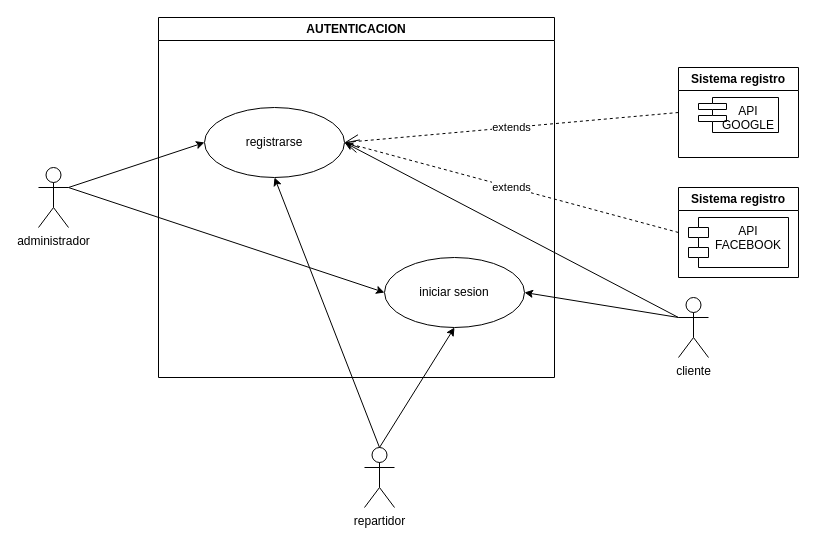
Earlier version of the draw.io diagram page "AUTENTICACION" (2 of 20) of trimestreII/CASOS DE USO/optica balamb.drawio (LENICITA/OPTICA-BALAMB). Source tidied: cells renumbered, new cells numbered last; positions are measured from the earlier drawing's top-left corner, leaving out a move shared by most shapes. Both pictures are drawn from the tidied source at 100%, with x=0, y=0 at pixel (38, 17).
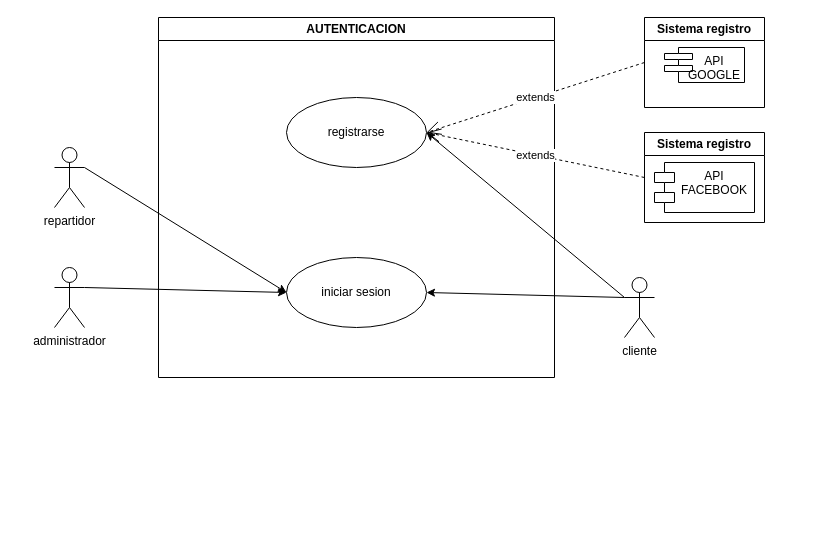
The same diagram, later.

Diff of the diagram source:
```diff
@@
 <mxGraphModel>
   <root>
     <mxCell id="0" />
     <mxCell id="1" parent="0" />
     <mxCell id="2" value="AUTENTICACION" style="swimlane;whiteSpace=wrap;html=1;" parent="1" vertex="1">
       <mxGeometry x="120" width="396" height="360" as="geometry" />
     </mxCell>
     <mxCell id="3" value="registrarse" style="ellipse;whiteSpace=wrap;html=1;" parent="2" vertex="1">
-      <mxGeometry x="46" y="90" width="140" height="70" as="geometry" />
+      <mxGeometry x="128" y="80" width="140" height="70" as="geometry" />
     </mxCell>
     <mxCell id="4" value="iniciar sesion" style="ellipse;whiteSpace=wrap;html=1;" parent="2" vertex="1">
-      <mxGeometry x="226" y="240" width="140" height="70" as="geometry" />
+      <mxGeometry x="128" y="240" width="140" height="70" as="geometry" />
     </mxCell>
     <mxCell id="5" value="administrador" style="shape=umlActor;verticalLabelPosition=bottom;verticalAlign=top;html=1;outlineConnect=0;" parent="1" vertex="1">
-      <mxGeometry y="150" width="30" height="60" as="geometry" />
+      <mxGeometry x="16" y="250" width="30" height="60" as="geometry" />
     </mxCell>
-    <mxCell id="6" style="endArrow=classic;html=1;rounded=0;exitX=1;exitY=0.3333333333333333;exitDx=0;exitDy=0;exitPerimeter=0;entryX=0;entryY=0.5;entryDx=0;entryDy=0;" parent="1" edge="1" source="5" target="3">
-      <mxGeometry relative="1" as="geometry" />
-    </mxCell>
     <mxCell id="7" style="endArrow=classic;html=1;rounded=0;exitX=1;exitY=0.3333333333333333;exitDx=0;exitDy=0;exitPerimeter=0;entryX=0;entryY=0.5;entryDx=0;entryDy=0;" parent="1" edge="1" source="5" target="4">
       <mxGeometry relative="1" as="geometry" />
     </mxCell>
     <mxCell id="8" value="repartidor" style="shape=umlActor;verticalLabelPosition=bottom;verticalAlign=top;html=1;outlineConnect=0;" parent="1" vertex="1">
-      <mxGeometry x="326" y="430" width="30" height="60" as="geometry" />
+      <mxGeometry x="16" y="130" width="30" height="60" as="geometry" />
     </mxCell>
-    <mxCell id="9" style="endArrow=classic;html=1;rounded=0;exitX=0.5;exitY=0;exitDx=0;exitDy=0;exitPerimeter=0;entryX=0.5;entryY=1;entryDx=0;entryDy=0;" parent="1" edge="1" source="8" target="4">
+    <mxCell id="9" style="endArrow=classic;html=1;rounded=0;exitX=1;exitY=0.3333333333333333;exitDx=0;exitDy=0;exitPerimeter=0;entryX=0;entryY=0.5;entryDx=0;entryDy=0;" parent="1" edge="1" source="8" target="4">
       <mxGeometry relative="1" as="geometry" />
     </mxCell>
     <mxCell id="10" value="cliente" style="shape=umlActor;verticalLabelPosition=bottom;verticalAlign=top;html=1;outlineConnect=0;" parent="1" vertex="1">
-      <mxGeometry x="640" y="280" width="30" height="60" as="geometry" />
+      <mxGeometry x="586" y="260" width="30" height="60" as="geometry" />
     </mxCell>
     <mxCell id="11" style="endArrow=classic;html=1;rounded=0;exitX=0;exitY=0.3333333333333333;exitDx=0;exitDy=0;exitPerimeter=0;entryX=1;entryY=0.5;entryDx=0;entryDy=0;" parent="1" edge="1" source="10" target="3">
       <mxGeometry relative="1" as="geometry" />
     </mxCell>
     <mxCell id="12" value="Sistema registro" style="swimlane;whiteSpace=wrap;html=1;" parent="1" vertex="1">
-      <mxGeometry x="640" y="50" width="120" height="90" as="geometry" />
+      <mxGeometry x="606" width="120" height="90" as="geometry" />
     </mxCell>
     <mxCell id="13" value="API GOOGLE" style="shape=module;align=left;spacingLeft=20;align=center;verticalAlign=top;whiteSpace=wrap;html=1;jettyWidth=28;jettyHeight=6;" parent="12" vertex="1">
       <mxGeometry x="20" y="30" width="80" height="35" as="geometry" />
     </mxCell>
     <mxCell id="14" style="endArrow=classic;html=1;rounded=0;exitX=0;exitY=0.3333333333333333;exitDx=0;exitDy=0;exitPerimeter=0;entryX=1;entryY=0.5;entryDx=0;entryDy=0;" parent="1" edge="1" source="10" target="4">
       <mxGeometry relative="1" as="geometry" />
     </mxCell>
-    <mxCell id="15" style="endArrow=classic;html=1;rounded=0;entryX=0.5;entryY=1;entryDx=0;entryDy=0;exitX=0.5;exitY=0;exitDx=0;exitDy=0;exitPerimeter=0;" parent="1" edge="1" source="8" target="3">
-      <mxGeometry relative="1" as="geometry" />
-    </mxCell>
     <mxCell id="16" value="Sistema registro" style="swimlane;whiteSpace=wrap;html=1;" parent="1" vertex="1">
-      <mxGeometry x="640" y="170" width="120" height="90" as="geometry" />
+      <mxGeometry x="606" y="115" width="120" height="90" as="geometry" />
     </mxCell>
     <mxCell id="17" value="API FACEBOOK" style="shape=module;align=left;spacingLeft=20;align=center;verticalAlign=top;whiteSpace=wrap;html=1;" parent="16" vertex="1">
       <mxGeometry x="10" y="30" width="100" height="50" as="geometry" />
     </mxCell>
     <mxCell id="18" value="extends" style="endArrow=open;endSize=12;dashed=1;html=1;rounded=0;exitX=0;exitY=0.5;exitDx=0;exitDy=0;entryX=1;entryY=0.5;entryDx=0;entryDy=0;" parent="1" edge="1" source="16" target="3">
       <mxGeometry relative="1" as="geometry" />
     </mxCell>
     <mxCell id="19" value="extends" style="endArrow=open;endSize=12;dashed=1;html=1;rounded=0;exitX=0;exitY=0.5;exitDx=0;exitDy=0;entryX=1;entryY=0.5;entryDx=0;entryDy=0;" parent="1" edge="1" source="12" target="3">
       <mxGeometry relative="1" as="geometry" />
     </mxCell>
   </root>
 </mxGraphModel>
```
